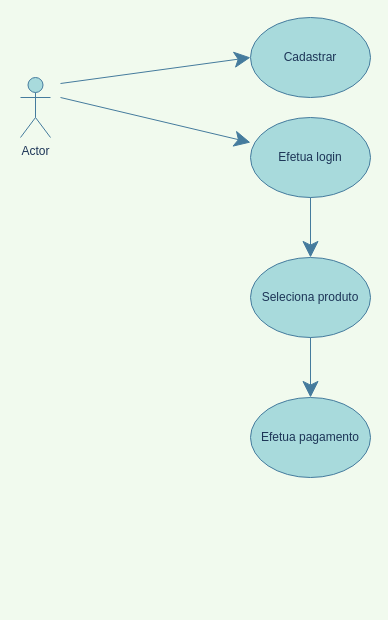
Earlier version of the draw.io diagram Diagrama de caso de uso.drawio (bmrc01/Proj-Des-Web). Source tidied: cells renumbered, new cells numbered last; positions are measured from the earlier drawing's top-left corner, leaving out a move shared by most shapes. Both pictures are drawn from the tidied source at 100%, with x=0, y=0 at pixel (20, 17).
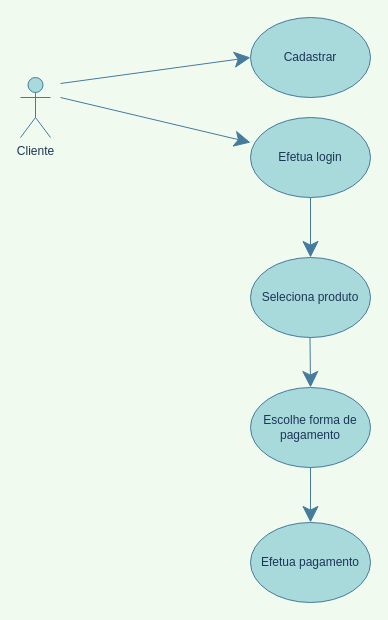
The same diagram, later.

Commit message:
atualização de diagrama

Change to the diagram source:
```diff
@@
 <mxGraphModel background="#F1FAEE">
   <root>
     <mxCell id="0" />
     <mxCell id="1" parent="0" />
     <mxCell id="2" value="Cadastrar&lt;br&gt;" style="ellipse;whiteSpace=wrap;html=1;hachureGap=4;fillColor=#A8DADC;strokeColor=#457B9D;fontColor=#1D3557;" parent="1" vertex="1">
       <mxGeometry x="230" width="120" height="80" as="geometry" />
     </mxCell>
     <mxCell id="3" style="endArrow=classic;html=1;startSize=14;endSize=14;sourcePerimeterSpacing=8;targetPerimeterSpacing=8;labelBackgroundColor=#F1FAEE;strokeColor=#457B9D;fontColor=#1D3557;" parent="1" edge="1">
       <mxGeometry relative="1" as="geometry">
         <mxPoint x="40" y="66" as="sourcePoint" />
         <mxPoint x="230" y="40" as="targetPoint" />
       </mxGeometry>
     </mxCell>
     <mxCell id="4" value="Efetua login&lt;br&gt;" style="ellipse;whiteSpace=wrap;html=1;hachureGap=4;fillColor=#A8DADC;strokeColor=#457B9D;fontColor=#1D3557;" parent="1" vertex="1">
       <mxGeometry x="230" y="100" width="120" height="80" as="geometry" />
     </mxCell>
-    <mxCell id="5" value="Actor" style="shape=umlActor;verticalLabelPosition=bottom;verticalAlign=top;html=1;hachureGap=4;fillColor=#A8DADC;strokeColor=#457B9D;fontColor=#1D3557;" parent="1" vertex="1">
+    <mxCell id="5" value="Cliente&lt;br&gt;" style="shape=umlActor;verticalLabelPosition=bottom;verticalAlign=top;html=1;hachureGap=4;fillColor=#A8DADC;strokeColor=#457B9D;fontColor=#1D3557;" parent="1" vertex="1">
       <mxGeometry y="60" width="30" height="60" as="geometry" />
     </mxCell>
     <mxCell id="6" style="endArrow=classic;html=1;startSize=14;endSize=14;sourcePerimeterSpacing=8;targetPerimeterSpacing=8;labelBackgroundColor=#F1FAEE;strokeColor=#457B9D;fontColor=#1D3557;" parent="1" edge="1">
       <mxGeometry relative="1" as="geometry">
         <mxPoint x="40" y="80" as="sourcePoint" />
         <mxPoint x="230" y="125" as="targetPoint" />
       </mxGeometry>
     </mxCell>
     <mxCell id="7" value="Seleciona produto&lt;br&gt;" style="ellipse;whiteSpace=wrap;html=1;hachureGap=4;fillColor=#A8DADC;strokeColor=#457B9D;fontColor=#1D3557;" parent="1" vertex="1">
       <mxGeometry x="230" y="240" width="120" height="80" as="geometry" />
     </mxCell>
     <mxCell id="8" style="endArrow=classic;html=1;startSize=14;endSize=14;sourcePerimeterSpacing=8;targetPerimeterSpacing=8;labelBackgroundColor=#F1FAEE;strokeColor=#457B9D;fontColor=#1D3557;exitX=0.5;exitY=1;exitDx=0;exitDy=0;entryX=0.5;entryY=0;entryDx=0;entryDy=0;" parent="1" edge="1" source="4" target="7">
       <mxGeometry relative="1" as="geometry" />
     </mxCell>
     <mxCell id="9" value="Efetua pagamento&lt;br&gt;" style="ellipse;whiteSpace=wrap;html=1;hachureGap=4;fillColor=#A8DADC;strokeColor=#457B9D;fontColor=#1D3557;" parent="1" vertex="1">
-      <mxGeometry x="230" y="380" width="120" height="80" as="geometry" />
+      <mxGeometry x="230" y="505" width="120" height="80" as="geometry" />
     </mxCell>
-    <mxCell id="10" style="endArrow=classic;html=1;fontColor=#1D3557;startSize=14;endSize=14;sourcePerimeterSpacing=8;targetPerimeterSpacing=8;strokeColor=#457B9D;fillColor=#A8DADC;exitX=0.5;exitY=1;exitDx=0;exitDy=0;entryX=0.5;entryY=0;entryDx=0;entryDy=0;" parent="1" edge="1" source="7" target="9">
-      <mxGeometry relative="1" as="geometry" />
-    </mxCell>
+    <mxCell id="11" value="Escolhe forma de pagamento" style="ellipse;whiteSpace=wrap;html=1;hachureGap=4;fillColor=#A8DADC;strokeColor=#457B9D;fontColor=#1D3557;" parent="1" vertex="1">
+      <mxGeometry x="230" y="370" width="120" height="80" as="geometry" />
+    </mxCell>
+    <mxCell id="12" style="endArrow=classic;html=1;startSize=14;endSize=14;sourcePerimeterSpacing=8;targetPerimeterSpacing=8;labelBackgroundColor=#F1FAEE;strokeColor=#457B9D;fontColor=#1D3557;exitX=0.5;exitY=1;exitDx=0;exitDy=0;entryX=0.5;entryY=0;entryDx=0;entryDy=0;" parent="1" edge="1" target="11">
+      <mxGeometry relative="1" as="geometry">
+        <mxPoint x="289.5" y="320" as="sourcePoint" />
+      </mxGeometry>
+    </mxCell>
+    <mxCell id="13" style="endArrow=classic;html=1;startSize=14;endSize=14;sourcePerimeterSpacing=8;targetPerimeterSpacing=8;labelBackgroundColor=#F1FAEE;strokeColor=#457B9D;fontColor=#1D3557;" parent="1" edge="1">
+      <mxGeometry relative="1" as="geometry">
+        <mxPoint x="290" y="450" as="sourcePoint" />
+        <mxPoint x="290" y="505" as="targetPoint" />
+      </mxGeometry>
+    </mxCell>
   </root>
 </mxGraphModel>
```
